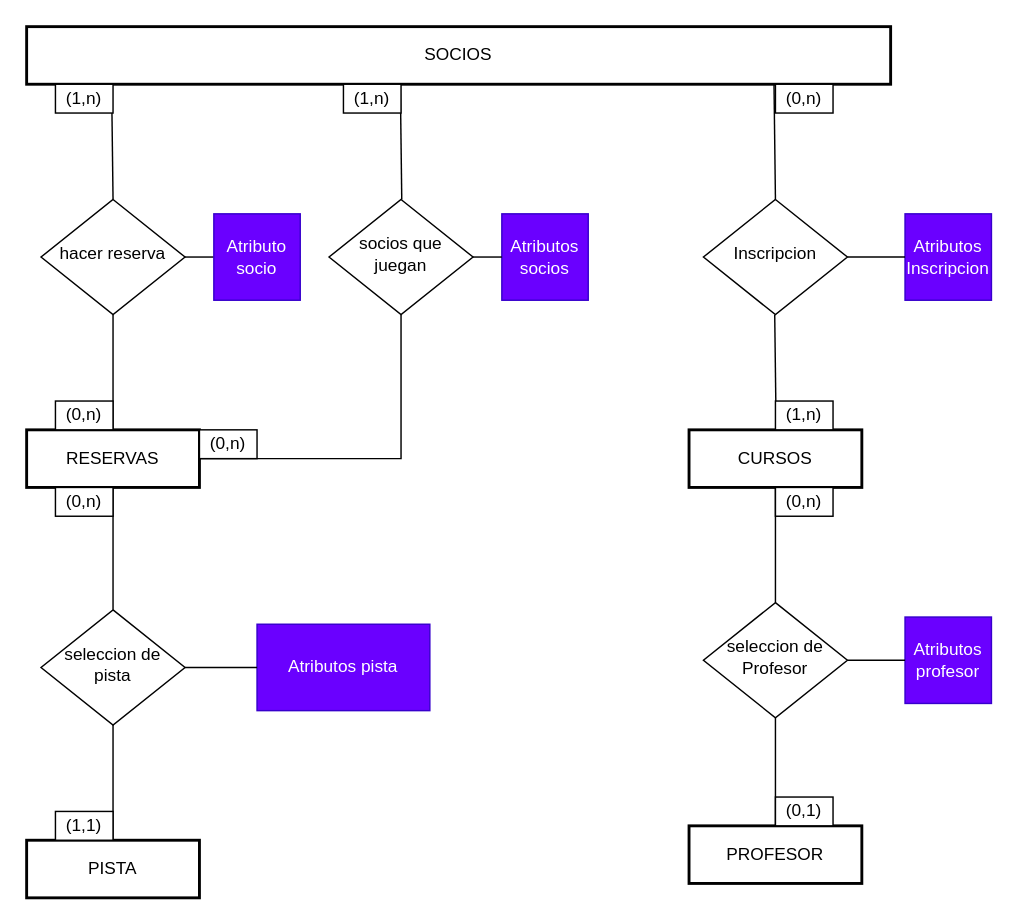
Before: Ejercicio05.drawio in alfredosicre/BaseDatos, a draw.io diagram. Source tidied: cells renumbered, new cells numbered last; positions are measured from the earlier drawing's top-left corner, leaving out a move shared by most shapes. Both pictures are drawn from the tidied source at 144%, with x=0, y=0 at pixel (26, 26).
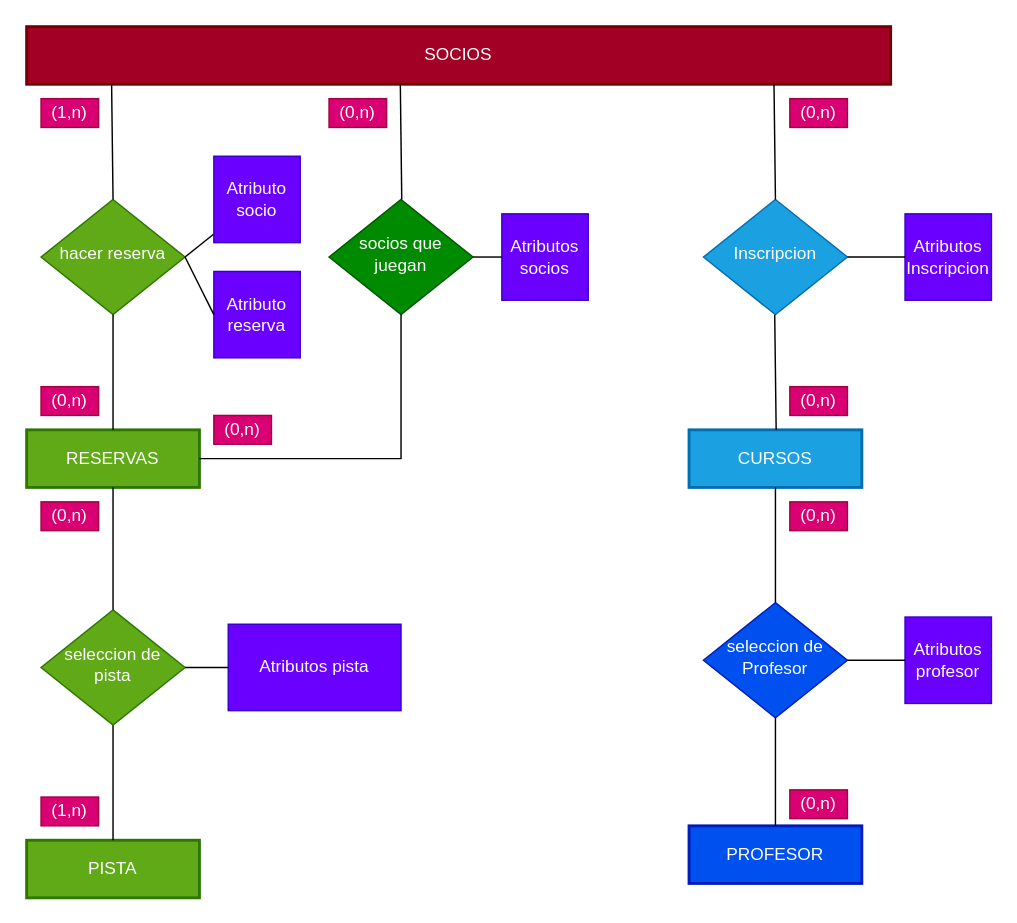
Above is the later version.

What changed in the source:
```diff
@@
-    <mxCell id="2" value="RESERVAS" style="rounded=0;whiteSpace=wrap;html=1;fontSize=12;glass=0;strokeWidth=2;shadow=0;" parent="1" vertex="1">
+    <mxCell id="2" value="RESERVAS" style="rounded=0;whiteSpace=wrap;html=1;fontSize=12;glass=0;strokeWidth=2;shadow=0;fillColor=#60a917;fontColor=#ffffff;strokeColor=#2D7600;" parent="1" vertex="1">
       <mxGeometry y="280" width="120" height="40" as="geometry" />
     </mxCell>
-    <mxCell id="3" value="hacer reserva" style="rhombus;whiteSpace=wrap;html=1;shadow=0;fontFamily=Helvetica;fontSize=12;align=center;strokeWidth=1;spacing=6;spacingTop=-4;" parent="1" vertex="1">
+    <mxCell id="3" value="hacer reserva" style="rhombus;whiteSpace=wrap;html=1;shadow=0;fontFamily=Helvetica;fontSize=12;align=center;strokeWidth=1;spacing=6;spacingTop=-4;fillColor=#60a917;fontColor=#ffffff;strokeColor=#2D7600;" parent="1" vertex="1">
       <mxGeometry x="10" y="120" width="100" height="80" as="geometry" />
     </mxCell>
-    <mxCell id="4" value="CURSOS" style="rounded=0;whiteSpace=wrap;html=1;fontSize=12;glass=0;strokeWidth=2;shadow=0;" parent="1" vertex="1">
+    <mxCell id="4" value="CURSOS" style="rounded=0;whiteSpace=wrap;html=1;fontSize=12;glass=0;strokeWidth=2;shadow=0;fillColor=#1ba1e2;fontColor=#ffffff;strokeColor=#006EAF;" parent="1" vertex="1">
       <mxGeometry x="460" y="280" width="120" height="40" as="geometry" />
     </mxCell>
-    <mxCell id="5" value="PISTA" style="rounded=0;whiteSpace=wrap;html=1;fontSize=12;glass=0;strokeWidth=2;shadow=0;" parent="1" vertex="1">
+    <mxCell id="5" value="PISTA" style="rounded=0;whiteSpace=wrap;html=1;fontSize=12;glass=0;strokeWidth=2;shadow=0;fillColor=#60a917;fontColor=#ffffff;strokeColor=#2D7600;" parent="1" vertex="1">
       <mxGeometry y="565" width="120" height="40" as="geometry" />
     </mxCell>
-    <mxCell id="6" value="SOCIOS" style="rounded=0;whiteSpace=wrap;html=1;fontSize=12;glass=0;strokeWidth=2;shadow=0;" parent="1" vertex="1">
+    <mxCell id="6" value="SOCIOS" style="rounded=0;whiteSpace=wrap;html=1;fontSize=12;glass=0;strokeWidth=2;shadow=0;fillColor=#a20025;fontColor=#ffffff;strokeColor=#6F0000;" parent="1" vertex="1">
       <mxGeometry width="600" height="40" as="geometry" />
     </mxCell>
@@
-    <mxCell id="9" value="(0,n)" style="rounded=0;whiteSpace=wrap;html=1;" parent="1" vertex="1">
-      <mxGeometry x="20" y="260" width="40" height="20" as="geometry" />
+    <mxCell id="9" value="(0,n)" style="rounded=0;whiteSpace=wrap;html=1;fillColor=#d80073;fontColor=#ffffff;strokeColor=#A50040;" parent="1" vertex="1">
+      <mxGeometry x="10" y="250" width="40" height="20" as="geometry" />
     </mxCell>
-    <mxCell id="10" value="(1,n)" style="rounded=0;whiteSpace=wrap;html=1;" parent="1" vertex="1">
-      <mxGeometry x="20" y="40" width="40" height="20" as="geometry" />
+    <mxCell id="10" value="(1,n)" style="rounded=0;whiteSpace=wrap;html=1;fillColor=#d80073;fontColor=#ffffff;strokeColor=#A50040;" parent="1" vertex="1">
+      <mxGeometry x="10" y="50" width="40" height="20" as="geometry" />
     </mxCell>
@@
-    <mxCell id="12" value="seleccion de pista" style="rhombus;whiteSpace=wrap;html=1;shadow=0;fontFamily=Helvetica;fontSize=12;align=center;strokeWidth=1;spacing=6;spacingTop=-4;" parent="1" vertex="1">
+    <mxCell id="12" value="seleccion de pista" style="rhombus;whiteSpace=wrap;html=1;shadow=0;fontFamily=Helvetica;fontSize=12;align=center;strokeWidth=1;spacing=6;spacingTop=-4;fillColor=#60a917;fontColor=#ffffff;strokeColor=#2D7600;" parent="1" vertex="1">
       <mxGeometry x="10" y="405" width="100" height="80" as="geometry" />
     </mxCell>
@@
-    <mxCell id="14" value="(1,1)" style="rounded=0;whiteSpace=wrap;html=1;" parent="1" vertex="1">
-      <mxGeometry x="20" y="545" width="40" height="20" as="geometry" />
+    <mxCell id="14" value="(1,n)" style="rounded=0;whiteSpace=wrap;html=1;fillColor=#d80073;fontColor=#ffffff;strokeColor=#A50040;" parent="1" vertex="1">
+      <mxGeometry x="10" y="535" width="40" height="20" as="geometry" />
     </mxCell>
-    <mxCell id="15" value="(0,n)" style="rounded=0;whiteSpace=wrap;html=1;" parent="1" vertex="1">
-      <mxGeometry x="20" y="320" width="40" height="20" as="geometry" />
+    <mxCell id="15" value="(0,n)" style="rounded=0;whiteSpace=wrap;html=1;fillColor=#d80073;fontColor=#ffffff;strokeColor=#A50040;" parent="1" vertex="1">
+      <mxGeometry x="10" y="330" width="40" height="20" as="geometry" />
     </mxCell>
-    <mxCell id="16" value="Inscripcion" style="rhombus;whiteSpace=wrap;html=1;shadow=0;fontFamily=Helvetica;fontSize=12;align=center;strokeWidth=1;spacing=6;spacingTop=-4;" parent="1" vertex="1">
+    <mxCell id="16" value="Inscripcion" style="rhombus;whiteSpace=wrap;html=1;shadow=0;fontFamily=Helvetica;fontSize=12;align=center;strokeWidth=1;spacing=6;spacingTop=-4;fillColor=#1ba1e2;fontColor=#ffffff;strokeColor=#006EAF;" parent="1" vertex="1">
       <mxGeometry x="470" y="120" width="100" height="80" as="geometry" />
     </mxCell>
@@
-    <mxCell id="19" value="PROFESOR" style="rounded=0;whiteSpace=wrap;html=1;fontSize=12;glass=0;strokeWidth=2;shadow=0;" parent="1" vertex="1">
+    <mxCell id="19" value="PROFESOR" style="rounded=0;whiteSpace=wrap;html=1;fontSize=12;glass=0;strokeWidth=2;shadow=0;fillColor=#0050ef;fontColor=#ffffff;strokeColor=#001DBC;" parent="1" vertex="1">
       <mxGeometry x="460" y="555" width="120" height="40" as="geometry" />
     </mxCell>
-    <mxCell id="20" value="seleccion de Profesor" style="rhombus;whiteSpace=wrap;html=1;shadow=0;fontFamily=Helvetica;fontSize=12;align=center;strokeWidth=1;spacing=6;spacingTop=-4;" parent="1" vertex="1">
+    <mxCell id="20" value="seleccion de Profesor" style="rhombus;whiteSpace=wrap;html=1;shadow=0;fontFamily=Helvetica;fontSize=12;align=center;strokeWidth=1;spacing=6;spacingTop=-4;fillColor=#0050ef;fontColor=#ffffff;strokeColor=#001DBC;" parent="1" vertex="1">
       <mxGeometry x="470" y="400" width="100" height="80" as="geometry" />
     </mxCell>
@@
-    <mxCell id="23" value="(0,n)" style="rounded=0;whiteSpace=wrap;html=1;" parent="1" vertex="1">
-      <mxGeometry x="520" y="40" width="40" height="20" as="geometry" />
+    <mxCell id="23" value="(0,n)" style="rounded=0;whiteSpace=wrap;html=1;fillColor=#d80073;fontColor=#ffffff;strokeColor=#A50040;" parent="1" vertex="1">
+      <mxGeometry x="530" y="50" width="40" height="20" as="geometry" />
     </mxCell>
-    <mxCell id="24" value="(1,n)" style="rounded=0;whiteSpace=wrap;html=1;" parent="1" vertex="1">
-      <mxGeometry x="520" y="260" width="40" height="20" as="geometry" />
+    <mxCell id="24" value="(0,n)" style="rounded=0;whiteSpace=wrap;html=1;fillColor=#d80073;fontColor=#ffffff;strokeColor=#A50040;" parent="1" vertex="1">
+      <mxGeometry x="530" y="250" width="40" height="20" as="geometry" />
     </mxCell>
-    <mxCell id="25" value="(0,n)" style="rounded=0;whiteSpace=wrap;html=1;" parent="1" vertex="1">
-      <mxGeometry x="520" y="320" width="40" height="20" as="geometry" />
+    <mxCell id="25" value="(0,n)" style="rounded=0;whiteSpace=wrap;html=1;fillColor=#d80073;fontColor=#ffffff;strokeColor=#A50040;" parent="1" vertex="1">
+      <mxGeometry x="530" y="330" width="40" height="20" as="geometry" />
     </mxCell>
-    <mxCell id="26" value="(0,1)" style="rounded=0;whiteSpace=wrap;html=1;" parent="1" vertex="1">
-      <mxGeometry x="520" y="535" width="40" height="20" as="geometry" />
+    <mxCell id="26" value="(0,n)" style="rounded=0;whiteSpace=wrap;html=1;fillColor=#d80073;fontColor=#ffffff;strokeColor=#A50040;" parent="1" vertex="1">
+      <mxGeometry x="530" y="530" width="40" height="20" as="geometry" />
     </mxCell>
-    <mxCell id="27" style="endArrow=none;html=1;rounded=0;exitX=1;exitY=0.5;exitDx=0;exitDy=0;" parent="1" edge="1" source="32">
-      <mxGeometry relative="1" as="geometry">
-        <mxPoint x="160" y="160" as="targetPoint" />
-      </mxGeometry>
-    </mxCell>
     <mxCell id="28" value="Atributos pista" style="rounded=0;whiteSpace=wrap;html=1;fillColor=#6a00ff;fontColor=#ffffff;strokeColor=#3700CC;" parent="1" vertex="1">
-      <mxGeometry x="160" y="415" width="120" height="60" as="geometry" />
+      <mxGeometry x="140" y="415" width="120" height="60" as="geometry" />
     </mxCell>
-    <mxCell id="29" style="endArrow=none;html=1;rounded=0;exitX=1;exitY=0.5;exitDx=0;exitDy=0;entryX=0;entryY=0.5;entryDx=0;entryDy=0;" parent="1" edge="1" source="12" target="28">
+    <mxCell id="29" style="endArrow=none;html=1;rounded=0;entryX=0;entryY=0.5;entryDx=0;entryDy=0;exitX=1;exitY=0.5;exitDx=0;exitDy=0;" parent="1" edge="1" source="12" target="28">
       <mxGeometry relative="1" as="geometry" />
     </mxCell>
-    <mxCell id="30" value="socios que juegan" style="rhombus;whiteSpace=wrap;html=1;shadow=0;fontFamily=Helvetica;fontSize=12;align=center;strokeWidth=1;spacing=6;spacingTop=-4;" parent="1" vertex="1">
+    <mxCell id="30" value="socios que juegan" style="rhombus;whiteSpace=wrap;html=1;shadow=0;fontFamily=Helvetica;fontSize=12;align=center;strokeWidth=1;spacing=6;spacingTop=-4;fillColor=#008a00;fontColor=#ffffff;strokeColor=#005700;" parent="1" vertex="1">
       <mxGeometry x="210" y="120" width="100" height="80" as="geometry" />
     </mxCell>
@@
     <mxCell id="32" value="Atributo socio" style="rounded=0;whiteSpace=wrap;html=1;fillColor=#6a00ff;fontColor=#ffffff;strokeColor=#3700CC;" parent="1" vertex="1">
-      <mxGeometry x="130" y="130" width="60" height="60" as="geometry" />
+      <mxGeometry x="130" y="90" width="60" height="60" as="geometry" />
     </mxCell>
@@
-    <mxCell id="37" value="(1,n)" style="rounded=0;whiteSpace=wrap;html=1;" parent="1" vertex="1">
-      <mxGeometry x="220" y="40" width="40" height="20" as="geometry" />
+    <mxCell id="37" value="(0,n)" style="rounded=0;whiteSpace=wrap;html=1;fillColor=#d80073;fontColor=#ffffff;strokeColor=#A50040;" parent="1" vertex="1">
+      <mxGeometry x="210" y="50" width="40" height="20" as="geometry" />
     </mxCell>
-    <mxCell id="38" value="(0,n)" style="rounded=0;whiteSpace=wrap;html=1;" parent="1" vertex="1">
-      <mxGeometry x="120" y="280" width="40" height="20" as="geometry" />
+    <mxCell id="38" value="(0,n)" style="rounded=0;whiteSpace=wrap;html=1;fillColor=#d80073;fontColor=#ffffff;strokeColor=#A50040;" parent="1" vertex="1">
+      <mxGeometry x="130" y="270" width="40" height="20" as="geometry" />
     </mxCell>
@@
+    <mxCell id="43" value="Atributo reserva" style="rounded=0;whiteSpace=wrap;html=1;fillColor=#6a00ff;fontColor=#ffffff;strokeColor=#3700CC;" parent="1" vertex="1">
+      <mxGeometry x="130" y="170" width="60" height="60" as="geometry" />
+    </mxCell>
+    <mxCell id="44" style="endArrow=none;html=1;rounded=0;entryX=0;entryY=0.5;entryDx=0;entryDy=0;exitX=1;exitY=0.5;exitDx=0;exitDy=0;" parent="1" edge="1" source="3" target="43">
+      <mxGeometry relative="1" as="geometry" />
+    </mxCell>
```
